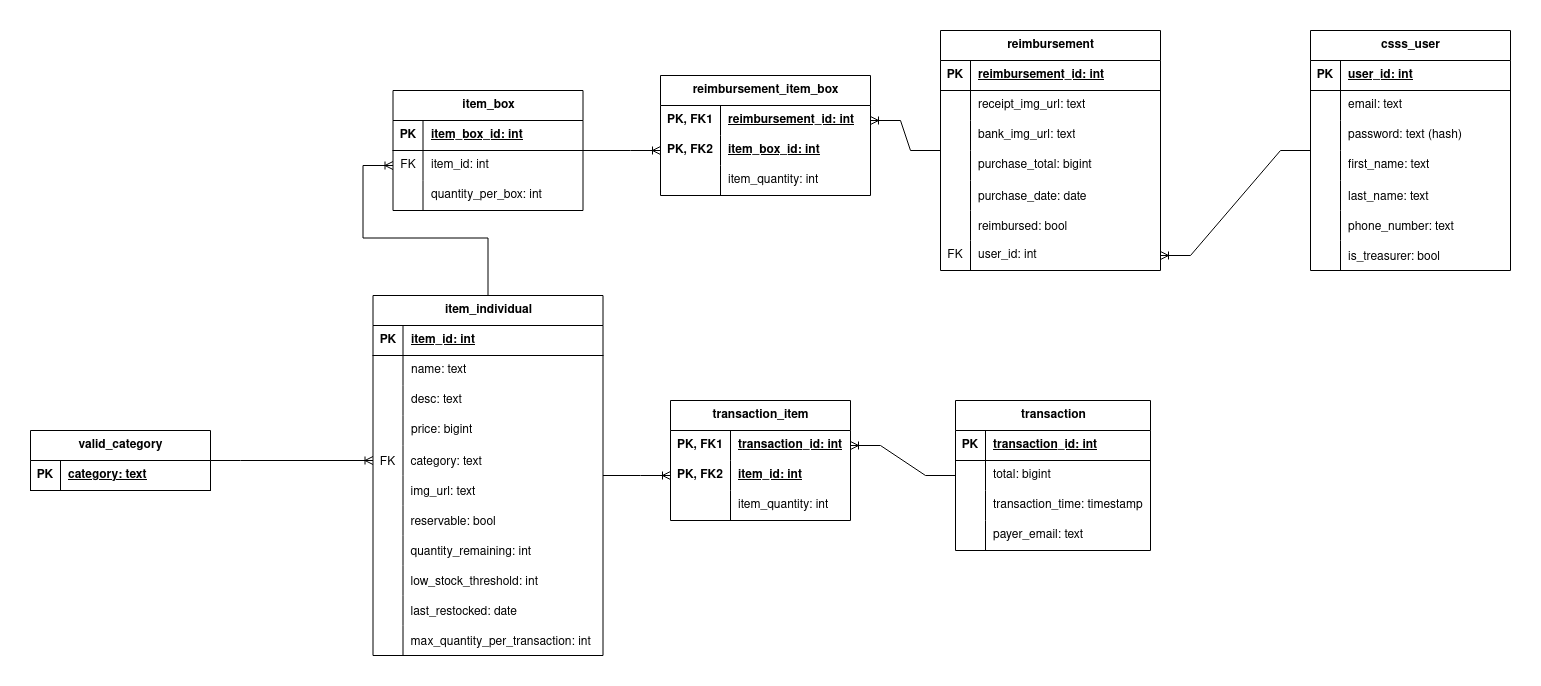
This is design/database/database_schema.png from ubccsss/Live-Inventory-System, a draw.io export, as it was before one commit. Source tidied: cells renumbered, new cells last; positions are measured from the earlier drawing's top-left corner, leaving out a move shared by most shapes.
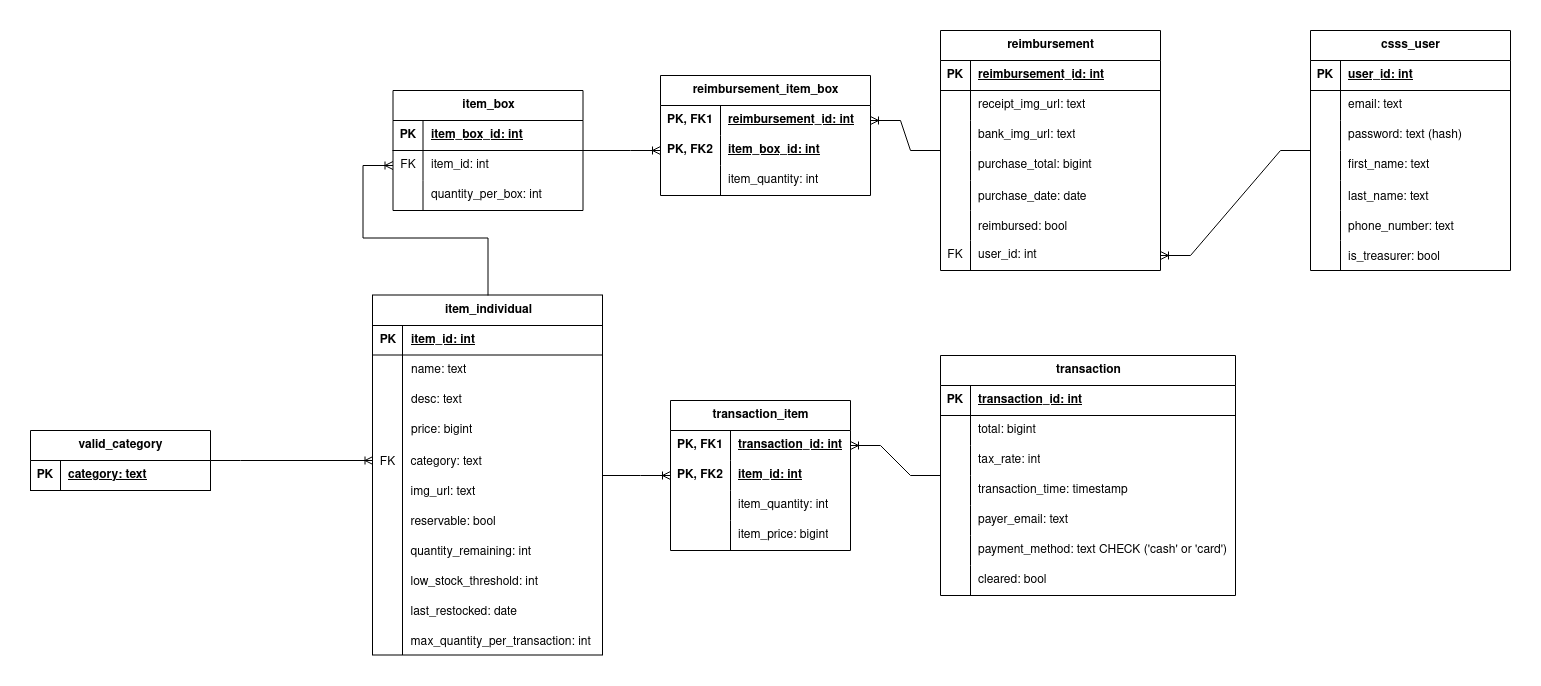
After the commit.

Commit message:
Update db schema/test data diagrams

Change to the diagram source:
```diff
@@ -105,7 +105,7 @@
       <mxGeometry x="30" width="200" height="30" as="geometry" />
     </mxCell>
     <mxCell id="36" value="transaction_item" style="shape=table;startSize=30;rowLines=0;fontStyle=1;align=center;html=1;" parent="1" vertex="1">
-      <mxGeometry x="640" y="370" width="180" height="120" as="geometry" />
+      <mxGeometry x="640" y="370" width="180" height="150" as="geometry" />
     </mxCell>
     <mxCell id="37" style="shape=tableRow;horizontal=0;startSize=0;swimlaneHead=0;swimlaneBody=0;fillColor=none;points=[[0,0.5],[1,0.5]];portConstraint=eastwest;top=0;left=0;right=0;bottom=0;" parent="36" vertex="1">
       <mxGeometry y="30" width="180" height="30" as="geometry" />
@@ -134,45 +134,81 @@
     <mxCell id="45" value="item_quantity: int" style="shape=partialRectangle;fillColor=none;top=0;left=0;bottom=0;right=0;align=left;spacingLeft=6;overflow=hidden;whiteSpace=wrap;html=1;" parent="43" vertex="1">
       <mxGeometry x="60" width="120" height="30" as="geometry" />
     </mxCell>
+    <mxCell id="134" style="shape=tableRow;horizontal=0;startSize=0;swimlaneHead=0;swimlaneBody=0;fillColor=none;top=0;left=0;right=0;bottom=0;" parent="36" vertex="1">
+      <mxGeometry y="120" width="180" height="30" as="geometry" />
+    </mxCell>
+    <mxCell id="135" style="shape=partialRectangle;fillColor=none;top=0;left=0;bottom=0;right=0;overflow=hidden;whiteSpace=wrap;html=1;" parent="134" vertex="1">
+      <mxGeometry width="60" height="30" as="geometry" />
+    </mxCell>
+    <mxCell id="136" value="item_price: bigint" style="shape=partialRectangle;fillColor=none;top=0;left=0;bottom=0;right=0;align=left;spacingLeft=6;overflow=hidden;whiteSpace=wrap;html=1;" parent="134" vertex="1">
+      <mxGeometry x="60" width="120" height="30" as="geometry" />
+    </mxCell>
     <mxCell id="46" value="transaction" style="shape=table;startSize=30;rowLines=0;fontStyle=1;align=center;html=1;" parent="1" vertex="1">
-      <mxGeometry x="925" y="370" width="195" height="150" as="geometry" />
+      <mxGeometry x="910" y="325" width="295" height="240" as="geometry" />
     </mxCell>
     <mxCell id="47" style="shape=tableRow;horizontal=0;startSize=0;swimlaneHead=0;swimlaneBody=0;fillColor=none;top=0;left=0;right=0;bottom=1;" parent="46" vertex="1">
-      <mxGeometry y="30" width="195" height="30" as="geometry" />
+      <mxGeometry y="30" width="295" height="30" as="geometry" />
     </mxCell>
     <mxCell id="48" value="PK" style="shape=partialRectangle;fillColor=none;top=0;left=0;bottom=0;right=0;fontStyle=1;overflow=hidden;whiteSpace=wrap;html=1;" parent="47" vertex="1">
       <mxGeometry width="30" height="30" as="geometry" />
     </mxCell>
     <mxCell id="49" value="transaction_id: int" style="shape=partialRectangle;fillColor=none;top=0;left=0;bottom=0;right=0;align=left;spacingLeft=6;fontStyle=5;overflow=hidden;whiteSpace=wrap;html=1;" parent="47" vertex="1">
-      <mxGeometry x="30" width="165" height="30" as="geometry" />
+      <mxGeometry x="30" width="265" height="30" as="geometry" />
     </mxCell>
     <mxCell id="50" style="shape=tableRow;horizontal=0;startSize=0;swimlaneHead=0;swimlaneBody=0;fillColor=none;top=0;left=0;right=0;bottom=0;" parent="46" vertex="1">
-      <mxGeometry y="60" width="195" height="30" as="geometry" />
+      <mxGeometry y="60" width="295" height="30" as="geometry" />
     </mxCell>
     <mxCell id="51" style="shape=partialRectangle;fillColor=none;top=0;left=0;bottom=0;right=0;overflow=hidden;whiteSpace=wrap;html=1;" parent="50" vertex="1">
       <mxGeometry width="30" height="30" as="geometry" />
     </mxCell>
     <mxCell id="52" value="total: bigint" style="shape=partialRectangle;fillColor=none;top=0;left=0;bottom=0;right=0;align=left;spacingLeft=6;overflow=hidden;whiteSpace=wrap;html=1;" parent="50" vertex="1">
-      <mxGeometry x="30" width="165" height="30" as="geometry" />
+      <mxGeometry x="30" width="265" height="30" as="geometry" />
     </mxCell>
+    <mxCell id="137" style="shape=tableRow;horizontal=0;startSize=0;swimlaneHead=0;swimlaneBody=0;fillColor=none;top=0;left=0;right=0;bottom=0;" parent="46" vertex="1">
+      <mxGeometry y="90" width="295" height="30" as="geometry" />
+    </mxCell>
+    <mxCell id="138" style="shape=partialRectangle;fillColor=none;top=0;left=0;bottom=0;right=0;overflow=hidden;whiteSpace=wrap;html=1;" parent="137" vertex="1">
+      <mxGeometry width="30" height="30" as="geometry" />
+    </mxCell>
+    <mxCell id="139" value="tax_rate: int" style="shape=partialRectangle;fillColor=none;top=0;left=0;bottom=0;right=0;align=left;spacingLeft=6;overflow=hidden;whiteSpace=wrap;html=1;" parent="137" vertex="1">
+      <mxGeometry x="30" width="265" height="30" as="geometry" />
+    </mxCell>
     <mxCell id="53" style="shape=tableRow;horizontal=0;startSize=0;swimlaneHead=0;swimlaneBody=0;fillColor=none;top=0;left=0;right=0;bottom=0;" parent="46" vertex="1">
-      <mxGeometry y="90" width="195" height="30" as="geometry" />
+      <mxGeometry y="120" width="295" height="30" as="geometry" />
     </mxCell>
     <mxCell id="54" style="shape=partialRectangle;fillColor=none;top=0;left=0;bottom=0;right=0;overflow=hidden;whiteSpace=wrap;html=1;" parent="53" vertex="1">
       <mxGeometry width="30" height="30" as="geometry" />
     </mxCell>
     <mxCell id="55" value="transaction_time: timestamp" style="shape=partialRectangle;fillColor=none;top=0;left=0;bottom=0;right=0;align=left;spacingLeft=6;overflow=hidden;whiteSpace=wrap;html=1;" parent="53" vertex="1">
-      <mxGeometry x="30" width="165" height="30" as="geometry" />
+      <mxGeometry x="30" width="265" height="30" as="geometry" />
     </mxCell>
     <mxCell id="56" style="shape=tableRow;horizontal=0;startSize=0;swimlaneHead=0;swimlaneBody=0;fillColor=none;top=0;left=0;right=0;bottom=0;" parent="46" vertex="1">
-      <mxGeometry y="120" width="195" height="30" as="geometry" />
+      <mxGeometry y="150" width="295" height="30" as="geometry" />
     </mxCell>
     <mxCell id="57" style="shape=partialRectangle;fillColor=none;top=0;left=0;bottom=0;right=0;overflow=hidden;whiteSpace=wrap;html=1;" parent="56" vertex="1">
       <mxGeometry width="30" height="30" as="geometry" />
     </mxCell>
     <mxCell id="58" value="payer_email: text" style="shape=partialRectangle;fillColor=none;top=0;left=0;bottom=0;right=0;align=left;spacingLeft=6;overflow=hidden;whiteSpace=wrap;html=1;" parent="56" vertex="1">
-      <mxGeometry x="30" width="165" height="30" as="geometry" />
+      <mxGeometry x="30" width="265" height="30" as="geometry" />
     </mxCell>
+    <mxCell id="140" style="shape=tableRow;horizontal=0;startSize=0;swimlaneHead=0;swimlaneBody=0;fillColor=none;top=0;left=0;right=0;bottom=0;" parent="46" vertex="1">
+      <mxGeometry y="180" width="295" height="30" as="geometry" />
+    </mxCell>
+    <mxCell id="141" style="shape=partialRectangle;fillColor=none;top=0;left=0;bottom=0;right=0;overflow=hidden;whiteSpace=wrap;html=1;" parent="140" vertex="1">
+      <mxGeometry width="30" height="30" as="geometry" />
+    </mxCell>
+    <mxCell id="142" value="payment_method: text CHECK ('cash' or 'card')" style="shape=partialRectangle;fillColor=none;top=0;left=0;bottom=0;right=0;align=left;spacingLeft=6;overflow=hidden;whiteSpace=wrap;html=1;" parent="140" vertex="1">
+      <mxGeometry x="30" width="265" height="30" as="geometry" />
+    </mxCell>
+    <mxCell id="143" style="shape=tableRow;horizontal=0;startSize=0;swimlaneHead=0;swimlaneBody=0;fillColor=none;top=0;left=0;right=0;bottom=0;" parent="46" vertex="1">
+      <mxGeometry y="210" width="295" height="30" as="geometry" />
+    </mxCell>
+    <mxCell id="144" style="shape=partialRectangle;fillColor=none;top=0;left=0;bottom=0;right=0;overflow=hidden;whiteSpace=wrap;html=1;" parent="143" vertex="1">
+      <mxGeometry width="30" height="30" as="geometry" />
+    </mxCell>
+    <mxCell id="145" value="cleared: bool" style="shape=partialRectangle;fillColor=none;top=0;left=0;bottom=0;right=0;align=left;spacingLeft=6;overflow=hidden;whiteSpace=wrap;html=1;" parent="143" vertex="1">
+      <mxGeometry x="30" width="265" height="30" as="geometry" />
+    </mxCell>
     <mxCell id="59" style="edgeStyle=entityRelationEdgeStyle;fontSize=12;html=1;endArrow=ERoneToMany;rounded=0;" parent="1" edge="1" source="46" target="37">
       <mxGeometry relative="1" as="geometry" />
     </mxCell>
```
